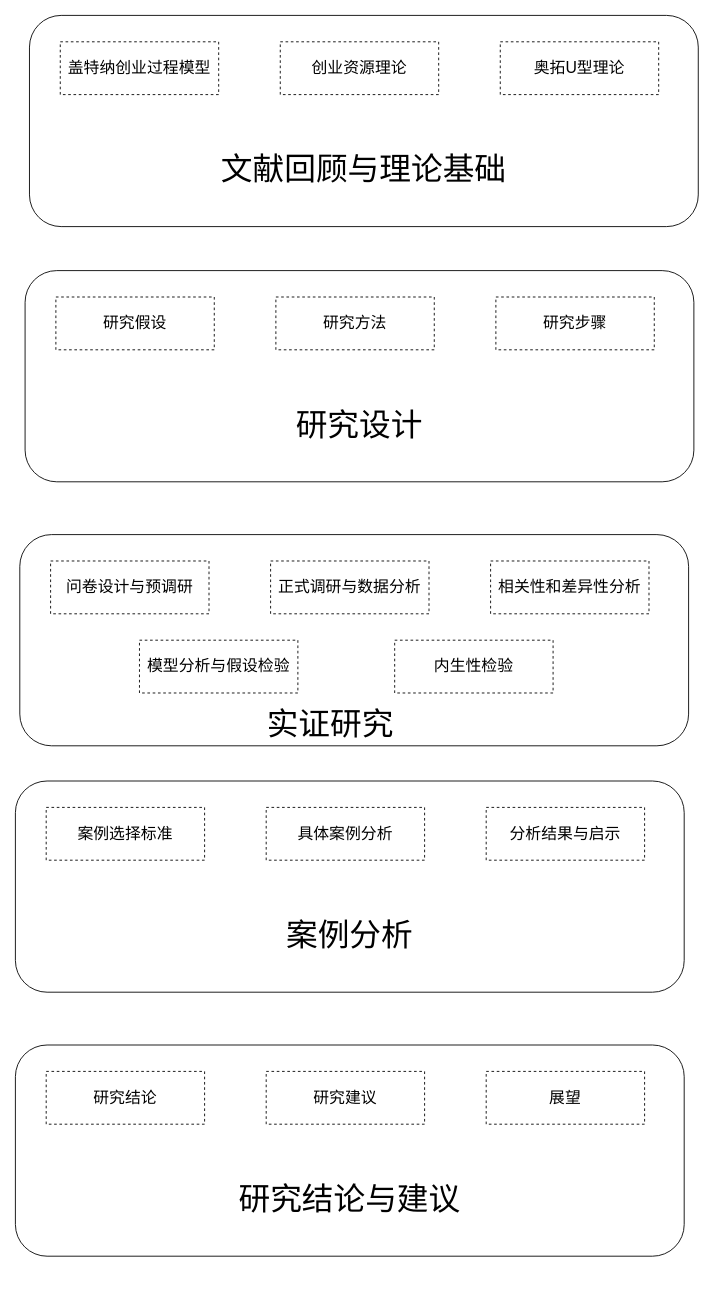
Earlier version of the draw.io diagram 澳门博士组织架构图.drawio (xiemanshaung/ChatGPT-Next-Web). Source tidied: cells renumbered, new cells numbered last; positions are measured from the earlier drawing's top-left corner, leaving out a move shared by most shapes. Both pictures are drawn from the tidied source at 88%, with x=0, y=0 at pixel (15, 15).
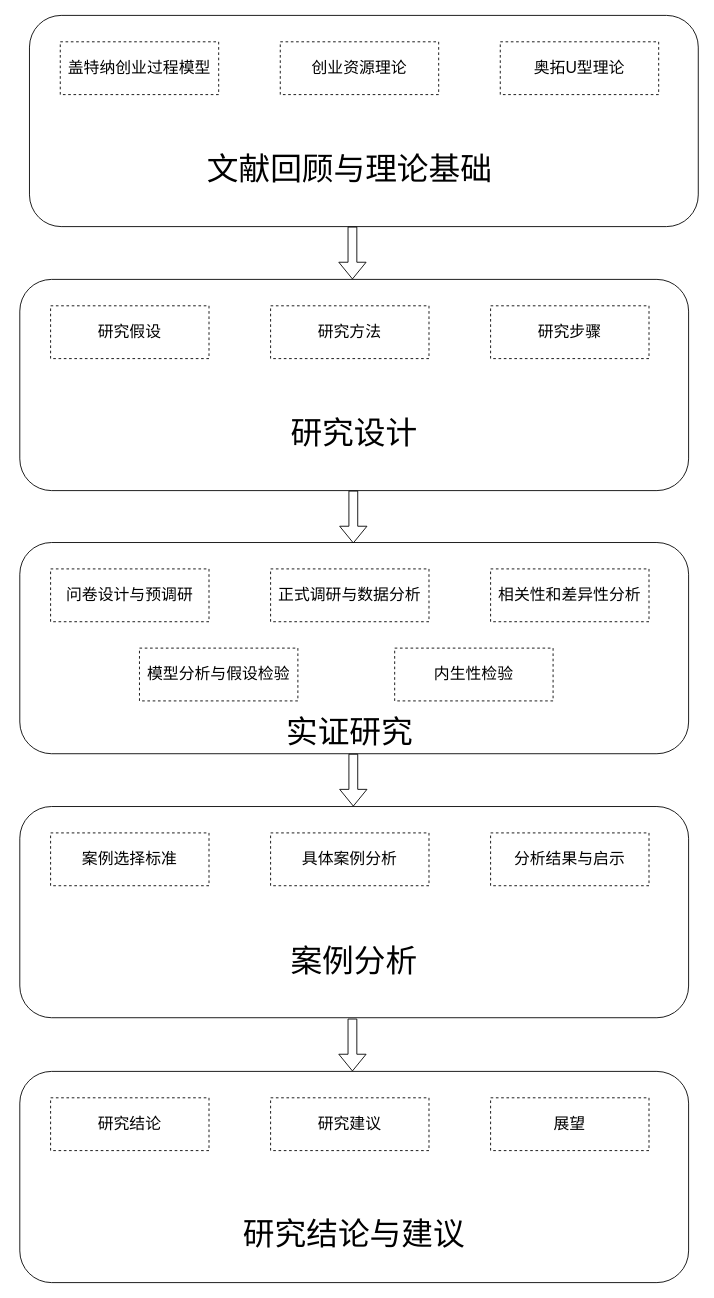
After the change.

Commit message (it also covers changes not shown here):
更新澳门博士组织架构图.drawio

The edit, as a diff of the source:
```diff
@@
     <mxCell id="6" value="&lt;font style=&quot;font-size: 36px;&quot;&gt;文献回顾与理论基础&lt;/font&gt;" style="text;html=1;align=center;verticalAlign=middle;whiteSpace=wrap;rounded=0;" parent="1" vertex="1">
-      <mxGeometry x="203" y="140" width="386" height="70" as="geometry" />
+      <mxGeometry x="187" y="140" width="386" height="70" as="geometry" />
     </mxCell>
     <mxCell id="7" style="rounded=1;whiteSpace=wrap;html=1;" parent="1" vertex="1">
-      <mxGeometry x="11" y="290" width="760" height="240" as="geometry" />
+      <mxGeometry x="5" y="300" width="760" height="240" as="geometry" />
     </mxCell>
     <mxCell id="8" value="&lt;font style=&quot;font-size: 18px;&quot;&gt;研究假设&lt;/font&gt;" style="rounded=0;whiteSpace=wrap;html=1;dashed=1;" parent="1" vertex="1">
-      <mxGeometry x="46" y="320" width="180" height="60" as="geometry" />
+      <mxGeometry x="40" y="330" width="180" height="60" as="geometry" />
     </mxCell>
     <mxCell id="9" value="&lt;span style=&quot;font-size: 18px;&quot;&gt;研究方法&lt;/span&gt;" style="rounded=0;whiteSpace=wrap;html=1;dashed=1;" parent="1" vertex="1">
-      <mxGeometry x="296" y="320" width="180" height="60" as="geometry" />
+      <mxGeometry x="290" y="330" width="180" height="60" as="geometry" />
     </mxCell>
     <mxCell id="10" value="&lt;span style=&quot;font-size: 18px;&quot;&gt;研究步骤&lt;/span&gt;" style="rounded=0;whiteSpace=wrap;html=1;dashed=1;" parent="1" vertex="1">
-      <mxGeometry x="546" y="320" width="180" height="60" as="geometry" />
+      <mxGeometry x="540" y="330" width="180" height="60" as="geometry" />
     </mxCell>
     <mxCell id="11" value="&lt;span style=&quot;font-size: 36px;&quot;&gt;研究设计&lt;/span&gt;" style="text;html=1;align=center;verticalAlign=middle;whiteSpace=wrap;rounded=0;" parent="1" vertex="1">
-      <mxGeometry x="198" y="430" width="386" height="70" as="geometry" />
+      <mxGeometry x="192" y="440" width="386" height="70" as="geometry" />
     </mxCell>
     <mxCell id="12" style="rounded=1;whiteSpace=wrap;html=1;" parent="1" vertex="1">
-      <mxGeometry x="5" y="590" width="760" height="240" as="geometry" />
+      <mxGeometry x="5" y="599" width="760" height="240" as="geometry" />
     </mxCell>
     <mxCell id="13" value="&lt;span style=&quot;font-size: 18px;&quot;&gt;问卷设计与预调研&lt;/span&gt;" style="rounded=0;whiteSpace=wrap;html=1;dashed=1;" parent="1" vertex="1">
-      <mxGeometry x="40" y="620" width="180" height="60" as="geometry" />
+      <mxGeometry x="40" y="629" width="180" height="60" as="geometry" />
     </mxCell>
     <mxCell id="14" value="&lt;span style=&quot;font-size: 18px;&quot;&gt;正式调研与数据分析&lt;/span&gt;" style="rounded=0;whiteSpace=wrap;html=1;dashed=1;" parent="1" vertex="1">
-      <mxGeometry x="290" y="620" width="180" height="60" as="geometry" />
+      <mxGeometry x="290" y="629" width="180" height="60" as="geometry" />
     </mxCell>
     <mxCell id="15" value="&lt;span style=&quot;font-size: 18px;&quot;&gt;相关性和差异性分析&lt;/span&gt;" style="rounded=0;whiteSpace=wrap;html=1;dashed=1;" parent="1" vertex="1">
-      <mxGeometry x="540" y="620" width="180" height="60" as="geometry" />
+      <mxGeometry x="540" y="629" width="180" height="60" as="geometry" />
     </mxCell>
     <mxCell id="16" value="&lt;span style=&quot;font-size: 36px;&quot;&gt;实证研究&lt;/span&gt;" style="text;html=1;align=center;verticalAlign=middle;whiteSpace=wrap;rounded=0;" parent="1" vertex="1">
-      <mxGeometry x="165" y="770" width="386" height="70" as="geometry" />
+      <mxGeometry x="187" y="779" width="386" height="70" as="geometry" />
     </mxCell>
     <mxCell id="17" value="&lt;span style=&quot;font-size: 18px;&quot;&gt;模型分析与假设检验&lt;/span&gt;" style="rounded=0;whiteSpace=wrap;html=1;dashed=1;" parent="1" vertex="1">
-      <mxGeometry x="141" y="710" width="180" height="60" as="geometry" />
+      <mxGeometry x="141" y="719" width="180" height="60" as="geometry" />
     </mxCell>
     <mxCell id="18" value="&lt;span style=&quot;font-size: 18px;&quot;&gt;内生性检验&lt;/span&gt;" style="rounded=0;whiteSpace=wrap;html=1;dashed=1;" parent="1" vertex="1">
-      <mxGeometry x="431" y="710" width="180" height="60" as="geometry" />
+      <mxGeometry x="431" y="719" width="180" height="60" as="geometry" />
     </mxCell>
     <mxCell id="19" style="rounded=1;whiteSpace=wrap;html=1;" parent="1" vertex="1">
-      <mxGeometry y="870" width="760" height="240" as="geometry" />
+      <mxGeometry x="5" y="899" width="760" height="240" as="geometry" />
     </mxCell>
     <mxCell id="20" value="&lt;span style=&quot;font-size: 18px;&quot;&gt;案例选择标准&lt;/span&gt;" style="rounded=0;whiteSpace=wrap;html=1;dashed=1;" parent="1" vertex="1">
-      <mxGeometry x="35" y="900" width="180" height="60" as="geometry" />
+      <mxGeometry x="40" y="929" width="180" height="60" as="geometry" />
     </mxCell>
     <mxCell id="21" value="&lt;span style=&quot;font-size: 18px;&quot;&gt;具体案例分析&lt;/span&gt;" style="rounded=0;whiteSpace=wrap;html=1;dashed=1;" parent="1" vertex="1">
-      <mxGeometry x="285" y="900" width="180" height="60" as="geometry" />
+      <mxGeometry x="290" y="929" width="180" height="60" as="geometry" />
     </mxCell>
     <mxCell id="22" value="&lt;span style=&quot;font-size: 18px;&quot;&gt;分析结果与启示&lt;/span&gt;" style="rounded=0;whiteSpace=wrap;html=1;dashed=1;" parent="1" vertex="1">
-      <mxGeometry x="535" y="900" width="180" height="60" as="geometry" />
+      <mxGeometry x="540" y="929" width="180" height="60" as="geometry" />
     </mxCell>
     <mxCell id="23" value="&lt;span style=&quot;font-size: 36px;&quot;&gt;案例分析&lt;/span&gt;" style="text;html=1;align=center;verticalAlign=middle;whiteSpace=wrap;rounded=0;" parent="1" vertex="1">
-      <mxGeometry x="187" y="1010" width="386" height="70" as="geometry" />
+      <mxGeometry x="192" y="1039" width="386" height="70" as="geometry" />
     </mxCell>
     <mxCell id="24" style="rounded=1;whiteSpace=wrap;html=1;" parent="1" vertex="1">
-      <mxGeometry y="1170" width="760" height="240" as="geometry" />
+      <mxGeometry x="5" y="1200" width="760" height="240" as="geometry" />
     </mxCell>
     <mxCell id="25" value="&lt;span style=&quot;font-size: 18px;&quot;&gt;研究结论&lt;/span&gt;" style="rounded=0;whiteSpace=wrap;html=1;dashed=1;" parent="1" vertex="1">
-      <mxGeometry x="35" y="1200" width="180" height="60" as="geometry" />
+      <mxGeometry x="40" y="1230" width="180" height="60" as="geometry" />
     </mxCell>
     <mxCell id="26" value="&lt;span style=&quot;font-size: 18px;&quot;&gt;研究建议&lt;/span&gt;" style="rounded=0;whiteSpace=wrap;html=1;dashed=1;" parent="1" vertex="1">
-      <mxGeometry x="285" y="1200" width="180" height="60" as="geometry" />
+      <mxGeometry x="290" y="1230" width="180" height="60" as="geometry" />
     </mxCell>
     <mxCell id="27" value="&lt;span style=&quot;font-size: 18px;&quot;&gt;展望&lt;/span&gt;" style="rounded=0;whiteSpace=wrap;html=1;dashed=1;" parent="1" vertex="1">
-      <mxGeometry x="535" y="1200" width="180" height="60" as="geometry" />
+      <mxGeometry x="540" y="1230" width="180" height="60" as="geometry" />
     </mxCell>
     <mxCell id="28" value="&lt;span style=&quot;font-size: 36px;&quot;&gt;研究结论与建议&lt;/span&gt;" style="text;html=1;align=center;verticalAlign=middle;whiteSpace=wrap;rounded=0;" parent="1" vertex="1">
-      <mxGeometry x="187" y="1310" width="386" height="70" as="geometry" />
+      <mxGeometry x="192" y="1350" width="386" height="70" as="geometry" />
     </mxCell>
+    <mxCell id="29" style="shape=flexArrow;endArrow=classic;html=1;rounded=0;" parent="1" edge="1">
+      <mxGeometry relative="1" as="geometry">
+        <mxPoint x="384" y="839" as="sourcePoint" />
+        <mxPoint x="384" y="899" as="targetPoint" />
+      </mxGeometry>
+    </mxCell>
+    <mxCell id="30" style="shape=flexArrow;endArrow=classic;html=1;rounded=0;" parent="1" edge="1">
+      <mxGeometry relative="1" as="geometry">
+        <mxPoint x="383" y="1140" as="sourcePoint" />
+        <mxPoint x="383" y="1200" as="targetPoint" />
+      </mxGeometry>
+    </mxCell>
+    <mxCell id="31" style="shape=flexArrow;endArrow=classic;html=1;rounded=0;" parent="1" edge="1">
+      <mxGeometry relative="1" as="geometry">
+        <mxPoint x="384" y="540" as="sourcePoint" />
+        <mxPoint x="384" y="600" as="targetPoint" />
+      </mxGeometry>
+    </mxCell>
+    <mxCell id="32" style="shape=flexArrow;endArrow=classic;html=1;rounded=0;" parent="1" edge="1">
+      <mxGeometry relative="1" as="geometry">
+        <mxPoint x="383" y="240" as="sourcePoint" />
+        <mxPoint x="383" y="300" as="targetPoint" />
+      </mxGeometry>
+    </mxCell>
```
